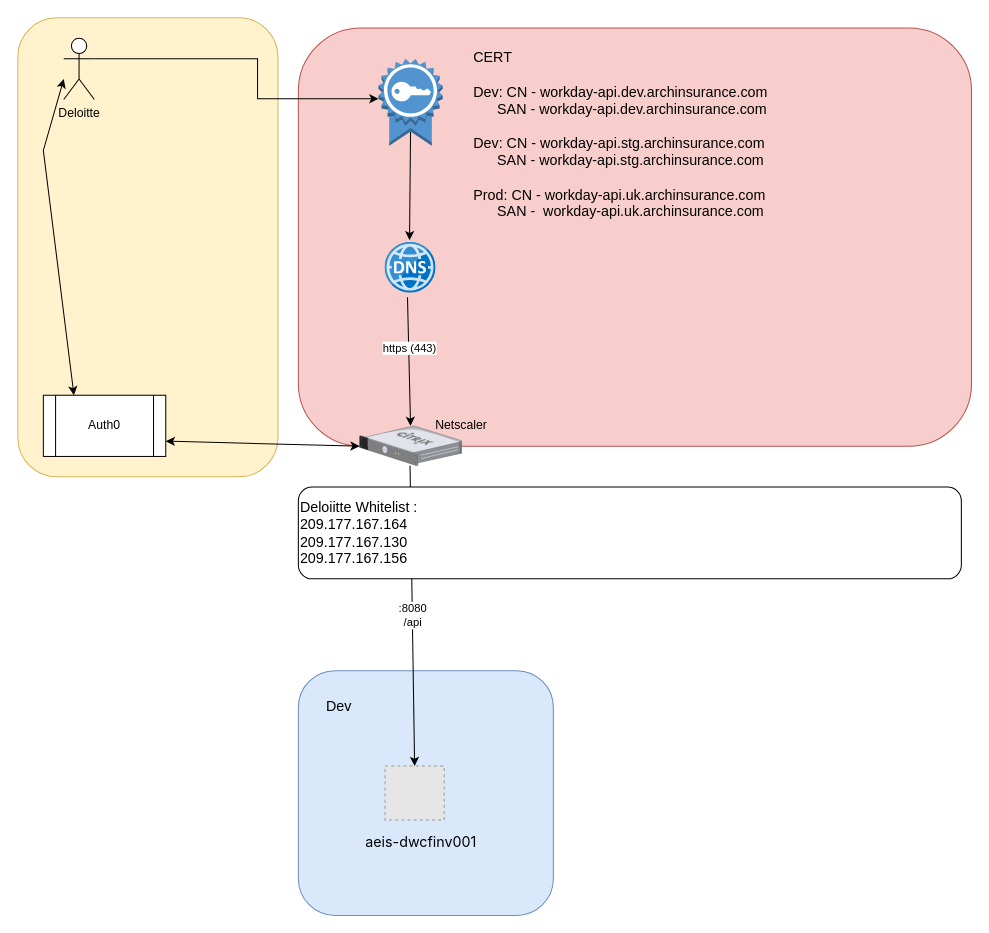
Above: Untitled Diagram.drawio in MarkFSummers/draw.io (draw.io), before the change. Source tidied: cells renumbered, new cells numbered last; positions are measured from the earlier drawing's top-left corner, leaving out a move shared by most shapes. Both pictures are drawn from the tidied source at 102%, with x=0, y=0 at pixel (17, 17). Pictures stored in the file or linked from it are replaced by grey dashed boxes.
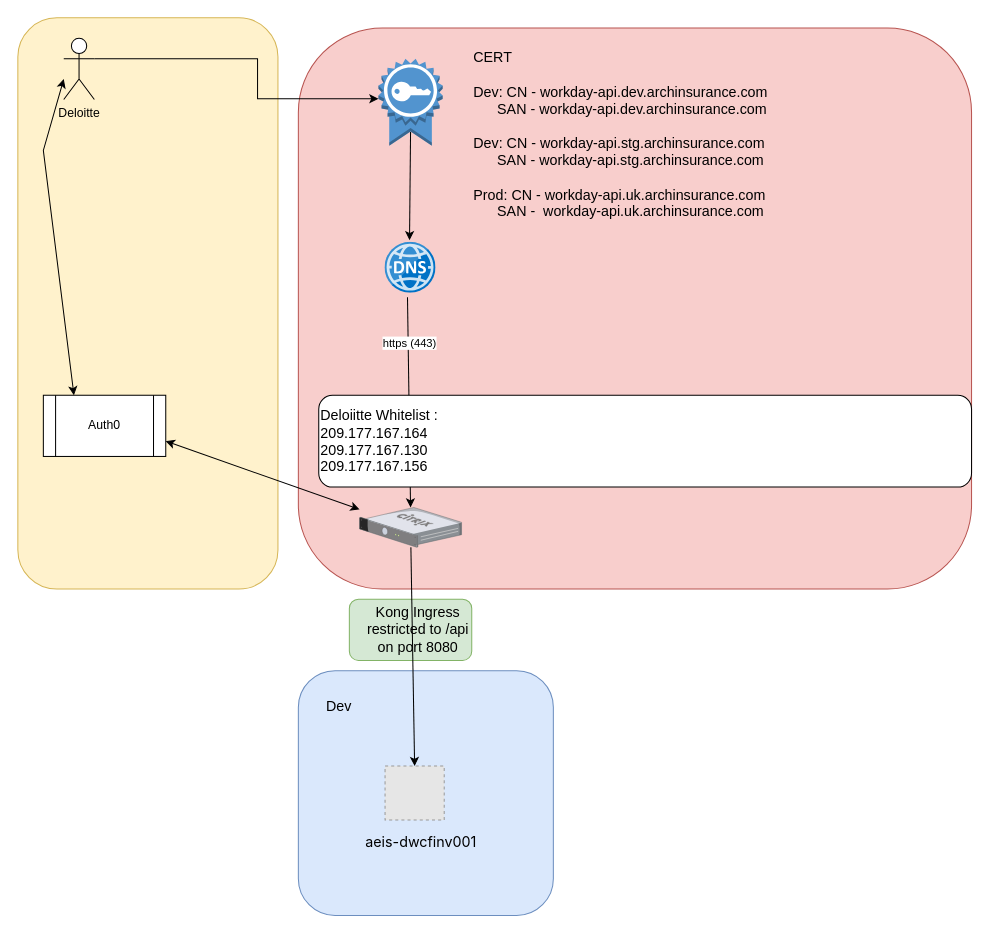
Above is the later version.

Commit message:
added kong security

The change refers to these unchanged cells:
```xml
<mxCell id="8" value="Auth0" style="shape=process;whiteSpace=wrap;html=1;backgroundOutline=1;" parent="1" vertex="1">
  <mxGeometry x="25" y="370" width="120" height="60" as="geometry" />
</mxCell>
<mxCell id="10" style="endArrow=classic;html=1;rounded=0;exitX=0.44;exitY=1.08;exitDx=0;exitDy=0;exitPerimeter=0;entryX=0.5;entryY=0;entryDx=0;entryDy=0;entryPerimeter=0;" parent="1" edge="1" source="5" target="7">
  <mxGeometry relative="1" as="geometry" />
</mxCell>
<mxCell id="12" style="fillColor=#E6E6E6;strokeColor=#999999;dashed=1;verticalLabelPosition=bottom;labelBackgroundColor=#ffffff;verticalAlign=top;" parent="1" vertex="1">
  <mxGeometry x="360" y="733.5" width="58" height="53" as="geometry" />
</mxCell>
```

Change to the diagram source:
```diff
@@
+    <mxCell id="23" style="rounded=1;whiteSpace=wrap;html=1;fontFamily=Helvetica;fontSize=14;fillColor=#d5e8d4;strokeColor=#82b366;" parent="1" vertex="1">
+      <mxGeometry x="325" y="570" width="120" height="60" as="geometry" />
+    </mxCell>
@@
     <mxCell id="3" style="rounded=1;whiteSpace=wrap;html=1;fillColor=#fff2cc;strokeColor=#d6b656;" parent="1" vertex="1">
-      <mxGeometry width="255" height="450" as="geometry" />
+      <mxGeometry width="255" height="560" as="geometry" />
     </mxCell>
     <mxCell id="4" style="rounded=1;whiteSpace=wrap;html=1;fillColor=#f8cecc;strokeColor=#b85450;" parent="1" vertex="1">
-      <mxGeometry x="275" y="10" width="660" height="410" as="geometry" />
+      <mxGeometry x="275" y="10" width="660" height="550" as="geometry" />
     </mxCell>
@@
     <mxCell id="7" style="verticalLabelPosition=bottom;sketch=0;html=1;verticalAlign=top;strokeColor=none;align=center;outlineConnect=0;shape=mxgraph.citrix.netscaler_gateway;" parent="1" vertex="1">
-      <mxGeometry x="335" y="400" width="100" height="39" as="geometry" />
+      <mxGeometry x="335" y="480" width="100" height="39" as="geometry" />
     </mxCell>
@@
     <mxCell id="11" value="https (443)" style="edgeLabel;html=1;align=center;verticalAlign=middle;" parent="10" vertex="1">
-      <mxGeometry x="-0.21" relative="1" as="geometry" />
+      <mxGeometry x="-0.21" relative="1" as="geometry">
+        <mxPoint y="-36" as="offset" />
+      </mxGeometry>
     </mxCell>
@@
-    <mxCell id="13" value=":8080&lt;br&gt;/api" style="endArrow=classic;html=1;rounded=0;entryX=0.5;entryY=0;entryDx=0;entryDy=0;" parent="1" edge="1" target="12">
-      <mxGeometry relative="1" as="geometry">
-        <mxPoint x="384.5" y="439" as="sourcePoint" />
-      </mxGeometry>
-    </mxCell>
@@
-    <mxCell id="19" style="endArrow=classic;startArrow=classic;html=1;rounded=0;entryX=1;entryY=0.75;entryDx=0;entryDy=0;" parent="1" edge="1" target="8">
-      <mxGeometry relative="1" as="geometry">
-        <mxPoint x="335" y="420" as="sourcePoint" />
-      </mxGeometry>
+    <mxCell id="19" style="endArrow=classic;startArrow=classic;html=1;rounded=0;entryX=1;entryY=0.75;entryDx=0;entryDy=0;" parent="1" edge="1" source="7" target="8">
+      <mxGeometry relative="1" as="geometry" />
     </mxCell>
@@
     <mxCell id="21" value="Deloiitte Whitelist :&lt;br&gt;209.177.167.164&lt;br&gt;209.177.167.130&lt;br&gt;209.177.167.156" style="rounded=1;whiteSpace=wrap;html=1;fontFamily=Helvetica;fontSize=14;align=left;" parent="1" vertex="1">
-      <mxGeometry x="275" y="460" width="650" height="90" as="geometry" />
+      <mxGeometry x="295" y="370" width="640" height="90" as="geometry" />
     </mxCell>
@@
+    <mxCell id="24" value="Kong Ingress restricted to /api on port 8080" style="text;html=1;strokeColor=none;fillColor=none;align=center;verticalAlign=middle;whiteSpace=wrap;rounded=0;fontSize=14;fontFamily=Helvetica;" parent="1" vertex="1">
+      <mxGeometry x="340" y="585" width="105" height="30" as="geometry" />
+    </mxCell>
+    <mxCell id="25" style="endArrow=classic;html=1;rounded=0;fontFamily=Helvetica;fontSize=14;entryX=0.5;entryY=0;entryDx=0;entryDy=0;" parent="1" edge="1" source="7" target="12">
+      <mxGeometry relative="1" as="geometry" />
+    </mxCell>
```
